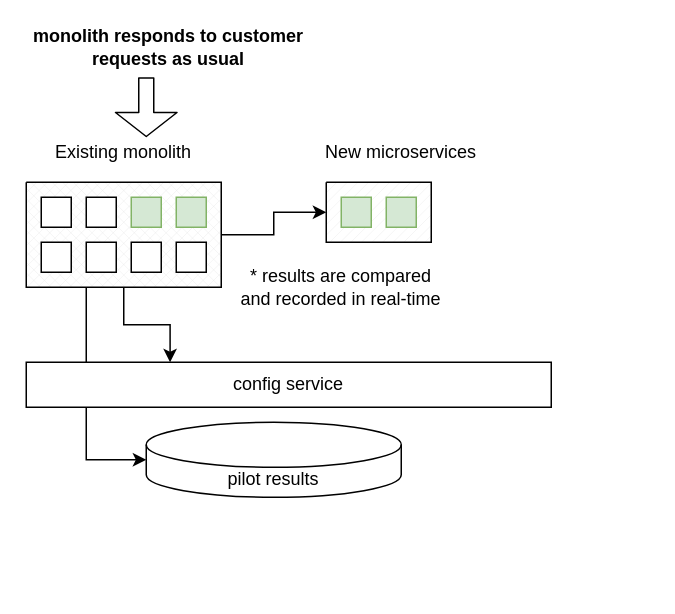
Before: service-response-comparison.drawio in stellarjaydoc/architecture, a draw.io diagram. Source tidied: cells renumbered, new cells numbered last; positions are measured from the earlier drawing's top-left corner, leaving out a move shared by most shapes. Both pictures are drawn from the tidied source at 150%, with x=0, y=0 at pixel (26, 32).
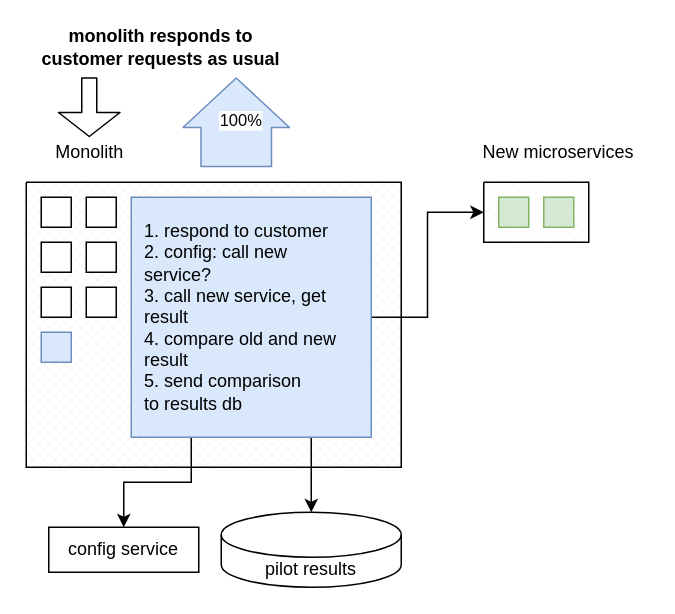
After the change.

The edit, as a diff of the source:
```diff
@@
-    <mxCell id="2" style="edgeStyle=orthogonalEdgeStyle;rounded=0;jettySize=auto;html=1;exitX=1;exitY=0.5;exitDx=0;exitDy=0;exitPerimeter=0;entryX=0;entryY=0.5;entryDx=0;entryDy=0;entryPerimeter=0;" parent="1" edge="1" source="5" target="6">
-      <mxGeometry relative="1" as="geometry" />
-    </mxCell>
-    <mxCell id="3" style="edgeStyle=orthogonalEdgeStyle;rounded=0;jettySize=auto;html=1;exitX=0.5;exitY=1;exitDx=0;exitDy=0;exitPerimeter=0;entryX=0.274;entryY=0;entryDx=0;entryDy=0;entryPerimeter=0;" parent="1" edge="1" source="5" target="19">
-      <mxGeometry relative="1" as="geometry" />
-    </mxCell>
-    <mxCell id="4" style="edgeStyle=orthogonalEdgeStyle;rounded=0;jettySize=auto;html=1;exitX=0.5;exitY=1;exitDx=0;exitDy=0;exitPerimeter=0;entryX=0;entryY=0.5;entryDx=0;entryDy=0;entryPerimeter=0;" parent="1" edge="1" source="5" target="20">
-      <mxGeometry relative="1" as="geometry">
-        <Array as="points">
-          <mxPoint x="40" y="170" />
-          <mxPoint x="40" y="285" />
-        </Array>
-      </mxGeometry>
-    </mxCell>
     <mxCell id="5" style="verticalLabelPosition=bottom;verticalAlign=top;html=1;shape=mxgraph.basic.patternFillRect;fillStyle=diagGrid;step=5;fillStrokeWidth=0.2;fillStrokeColor=#dddddd;" parent="1" vertex="1">
-      <mxGeometry y="100" width="130" height="70" as="geometry" />
+      <mxGeometry y="100" width="250" height="190" as="geometry" />
     </mxCell>
     <mxCell id="6" style="verticalLabelPosition=bottom;verticalAlign=top;html=1;shape=mxgraph.basic.patternFillRect;fillStyle=diag;step=5;fillStrokeWidth=0.2;fillStrokeColor=#dddddd;" parent="1" vertex="1">
-      <mxGeometry x="200" y="100" width="70" height="40" as="geometry" />
+      <mxGeometry x="305" y="100" width="70" height="40" as="geometry" />
     </mxCell>
@@
-    <mxCell id="9" style="whiteSpace=wrap;html=1;fillColor=#d5e8d4;strokeColor=#82b366;" parent="1" vertex="1">
-      <mxGeometry x="70" y="110" width="20" height="20" as="geometry" />
+    <mxCell id="9" style="whiteSpace=wrap;html=1;fillColor=#dae8fc;strokeColor=#6c8ebf;" parent="1" vertex="1">
+      <mxGeometry x="10" y="200" width="20" height="20" as="geometry" />
     </mxCell>
+    <mxCell id="24" style="edgeStyle=orthogonalEdgeStyle;rounded=0;jettySize=auto;html=1;exitX=1;exitY=0.5;exitDx=0;exitDy=0;entryX=0;entryY=0.5;entryDx=0;entryDy=0;entryPerimeter=0;" parent="1" edge="1" source="10" target="6">
+      <mxGeometry relative="1" as="geometry" />
+    </mxCell>
+    <mxCell id="25" style="edgeStyle=orthogonalEdgeStyle;rounded=0;jettySize=auto;html=1;exitX=0.75;exitY=1;exitDx=0;exitDy=0;entryX=0.5;entryY=0;entryDx=0;entryDy=0;entryPerimeter=0;" parent="1" edge="1" source="10" target="20">
+      <mxGeometry relative="1" as="geometry" />
+    </mxCell>
+    <mxCell id="26" style="edgeStyle=orthogonalEdgeStyle;rounded=0;jettySize=auto;html=1;exitX=0.25;exitY=1;exitDx=0;exitDy=0;entryX=0.5;entryY=0;entryDx=0;entryDy=0;" parent="1" edge="1" source="10" target="19">
+      <mxGeometry relative="1" as="geometry" />
+    </mxCell>
-    <mxCell id="10" style="whiteSpace=wrap;html=1;fillColor=#d5e8d4;strokeColor=#82b366;" parent="1" vertex="1">
-      <mxGeometry x="100" y="110" width="20" height="20" as="geometry" />
+    <mxCell id="10" value="&lt;div style=&quot;text-align: left&quot;&gt;&lt;span&gt;1. respond to customer&lt;/span&gt;&lt;/div&gt;&lt;div style=&quot;text-align: left&quot;&gt;&lt;span&gt;2. config: call new service?&lt;/span&gt;&lt;/div&gt;&lt;div style=&quot;text-align: left&quot;&gt;3. call new service, get result&lt;/div&gt;&lt;div style=&quot;text-align: left&quot;&gt;4. compare old and new result&lt;/div&gt;&lt;div style=&quot;text-align: left&quot;&gt;5. send comparison to&amp;nbsp;&lt;span&gt;results db&lt;/span&gt;&lt;/div&gt;" style="whiteSpace=wrap;html=1;fillColor=#dae8fc;strokeColor=#6c8ebf;spacing=10;" parent="1" vertex="1">
+      <mxGeometry x="70" y="110" width="160" height="160" as="geometry" />
     </mxCell>
@@
     <mxCell id="13" style="whiteSpace=wrap;html=1;" parent="1" vertex="1">
-      <mxGeometry x="70" y="140" width="20" height="20" as="geometry" />
+      <mxGeometry x="10" y="170" width="20" height="20" as="geometry" />
     </mxCell>
     <mxCell id="14" style="whiteSpace=wrap;html=1;" parent="1" vertex="1">
-      <mxGeometry x="100" y="140" width="20" height="20" as="geometry" />
+      <mxGeometry x="40" y="170" width="20" height="20" as="geometry" />
     </mxCell>
     <mxCell id="15" style="whiteSpace=wrap;html=1;fillColor=#d5e8d4;strokeColor=#82b366;" parent="1" vertex="1">
-      <mxGeometry x="210" y="110" width="20" height="20" as="geometry" />
+      <mxGeometry x="315" y="110" width="20" height="20" as="geometry" />
     </mxCell>
     <mxCell id="16" style="whiteSpace=wrap;html=1;fillColor=#d5e8d4;strokeColor=#82b366;" parent="1" vertex="1">
-      <mxGeometry x="240" y="110" width="20" height="20" as="geometry" />
+      <mxGeometry x="345" y="110" width="20" height="20" as="geometry" />
     </mxCell>
-    <mxCell id="17" value="Existing monolith" style="text;html=1;strokeColor=none;fillColor=none;align=center;verticalAlign=middle;whiteSpace=wrap;rounded=0;" parent="1" vertex="1">
-      <mxGeometry x="5" y="70" width="120" height="20" as="geometry" />
+    <mxCell id="17" value="Monolith" style="text;html=1;strokeColor=none;fillColor=none;align=center;verticalAlign=middle;whiteSpace=wrap;rounded=0;" parent="1" vertex="1">
+      <mxGeometry x="5" y="70" width="75" height="20" as="geometry" />
     </mxCell>
     <mxCell id="18" value="New microservices" style="text;html=1;strokeColor=none;fillColor=none;align=center;verticalAlign=middle;whiteSpace=wrap;rounded=0;" parent="1" vertex="1">
-      <mxGeometry x="190" y="70" width="120" height="20" as="geometry" />
+      <mxGeometry x="295" y="70" width="120" height="20" as="geometry" />
     </mxCell>
     <mxCell id="19" value="config service" style="rounded=0;whiteSpace=wrap;html=1;" parent="1" vertex="1">
-      <mxGeometry y="220" width="350" height="30" as="geometry" />
+      <mxGeometry x="15" y="330" width="100" height="30" as="geometry" />
     </mxCell>
     <mxCell id="20" value="pilot results" style="shape=cylinder3;whiteSpace=wrap;html=1;boundedLbl=1;backgroundOutline=1;size=15;" parent="1" vertex="1">
-      <mxGeometry x="80" y="260" width="170" height="50" as="geometry" />
+      <mxGeometry x="130" y="320" width="120" height="50" as="geometry" />
     </mxCell>
     <mxCell id="21" style="shape=flexArrow;endArrow=classic;html=1;endWidth=30;endSize=5;" parent="1" edge="1">
       <mxGeometry relative="1" as="geometry">
-        <mxPoint x="80" y="30" as="sourcePoint" />
-        <mxPoint x="80" y="70" as="targetPoint" />
+        <mxPoint x="42" y="30" as="sourcePoint" />
+        <mxPoint x="42" y="70" as="targetPoint" />
       </mxGeometry>
     </mxCell>
-    <mxCell id="22" value="* results are compared and recorded in real-time" style="text;html=1;strokeColor=none;fillColor=none;align=center;verticalAlign=middle;whiteSpace=wrap;rounded=0;" parent="1" vertex="1">
-      <mxGeometry x="140" y="160" width="140" height="20" as="geometry" />
-    </mxCell>
     <mxCell id="23" value="monolith responds to customer requests as usual" style="text;html=1;strokeColor=none;fillColor=none;align=center;verticalAlign=middle;whiteSpace=wrap;rounded=0;fontStyle=1;" parent="1" vertex="1">
-      <mxGeometry width="190" height="20" as="geometry" />
+      <mxGeometry width="180" height="20" as="geometry" />
     </mxCell>
+    <mxCell id="27" style="shape=flexArrow;endArrow=classic;html=1;endWidth=23;endSize=10.67;fillColor=#dae8fc;strokeColor=#6c8ebf;width=47;labelBackgroundColor=none;" parent="1" edge="1">
+      <mxGeometry relative="1" as="geometry">
+        <mxPoint x="140" y="90" as="sourcePoint" />
+        <mxPoint x="140" y="30" as="targetPoint" />
+      </mxGeometry>
+    </mxCell>
+    <mxCell id="28" value="100%" style="edgeLabel;html=1;align=center;verticalAlign=middle;" parent="27" vertex="1">
+      <mxGeometry x="0.07" y="-4" relative="1" as="geometry">
+        <mxPoint x="-2" as="offset" />
+      </mxGeometry>
+    </mxCell>
```
